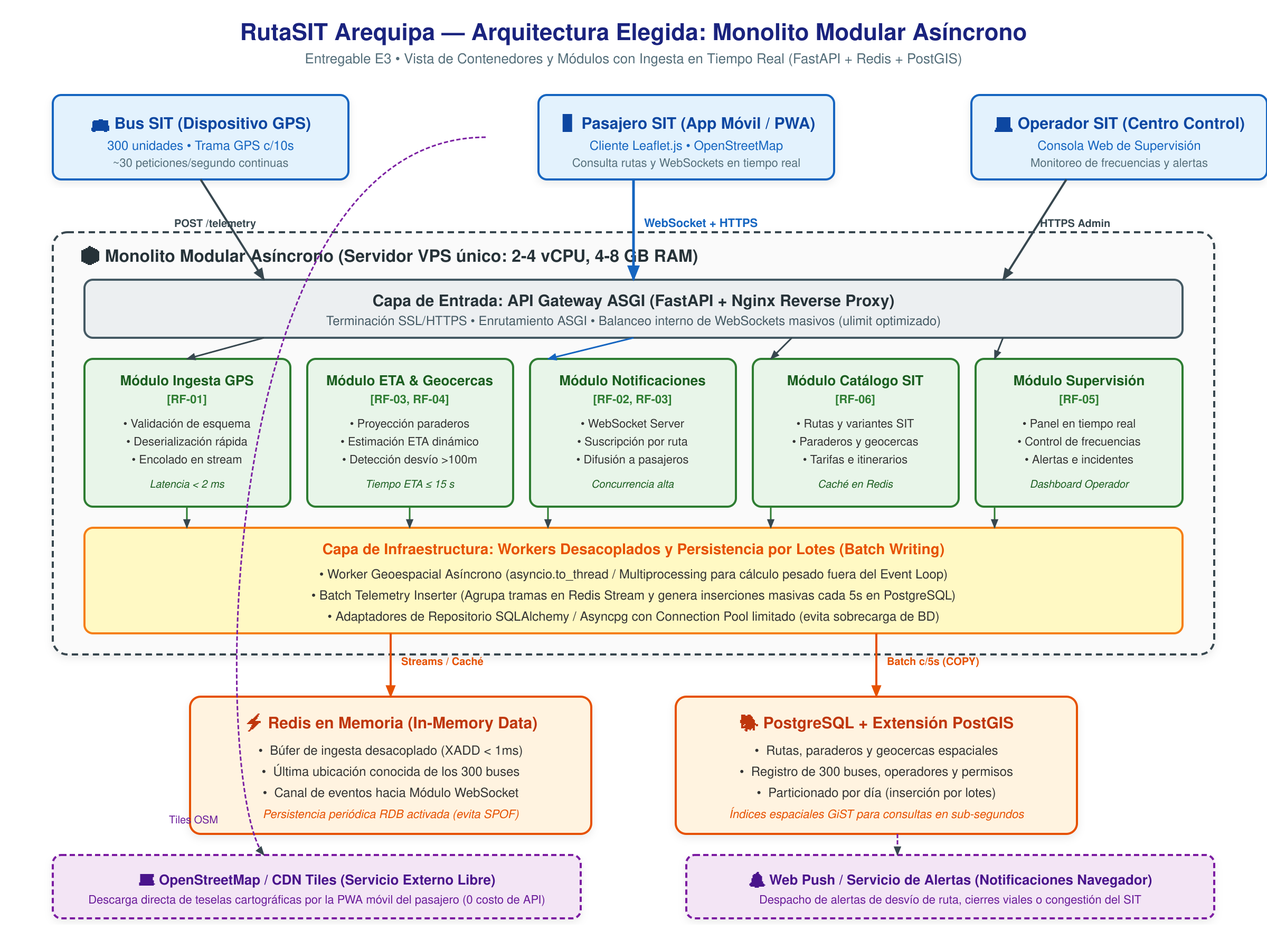
Earlier version of the Mermaid export docs/architecture/diagramas/img/arquitectura.png (AndersonLinoArceValencia/cs-2026b-lab04-grupo06). Its source is kept beside it as docs/architecture/diagramas/arquitectura.mmd. Its diagram source:
```mermaid
flowchart TB
    BUS["🚌 Bus SIT (Dispositivo GPS Embarcado)<br/><i>300 unidades • 1 trama c/10s</i>"]
    PAS["📱 Pasajero SIT<br/><i>App Móvil PWA (Leaflet)</i>"]
    OPE["💻 Operador del SIT<br/><i>Centro de Control y Monitoreo</i>"]

    subgraph APP["RutaSIT Arequipa — Monolito Modular Asíncrono (Un solo despliegue en VPS)"]
        API["Capa de Entrada: API Gateway ASGI (FastAPI + Nginx Proxy)<br/><i>Terminación HTTPS, enrutamiento y WebSockets masivos</i>"]

        subgraph MODULOS["Módulos de Dominio (Fronteras y contratos explícitos)"]
            M1["Módulo de Ingesta GPS<br/><b>[RF-01]</b> <i>Validación ultrarrápida y buffer</i>"]
            M2["Módulo de ETA y Geocercas<br/><b>[RF-03, RF-04]</b> <i>Cálculo espacial y desvíos</i>"]
            M3["Módulo de Notificaciones y Tiempo Real<br/><b>[RF-02, RF-03]</b> <i>Broker WebSockets</i>"]
            M4["Módulo de Catálogo SIT<br/><b>[RF-06]</b> <i>Rutas, paraderos y tarifas</i>"]
            M5["Módulo de Supervisión de Flota<br/><b>[RF-05]</b> <i>Indicadores, frecuencias y panel</i>"]
        end

        INF["Capa de Infraestructura y Tareas en Segundo Plano<br/><i>Workers desacoplados, persistencia por lotes y adaptadores</i>"]
    end

    REDIS[("⚡ Redis en Memoria<br/><i>Redis Streams (buffer) + Caché estado buses + Pub/Sub</i>")]
    DB[("🐘 PostgreSQL + PostGIS<br/><i>Esquemas: catálogo espacial, flota e histórico batch</i>")]

    OSM["🗺️ Servidor OpenStreetMap / CDN Tiles<br/><i>(Cartografía abierta libre de costos comerciales)</i>"]
    PUSH["🔔 Servicio Web Push / Alertas<br/><i>(Notificaciones de desvío y congestión)</i>"]

    BUS -->|"HTTP POST / Telemetría GPS (~30 req/s)"| API
    PAS -->|"HTTPS / Consulta de catálogo y rutas"| API
    PAS <-->|"WebSocket / Flujo continuo de buses y ETA (≤15s)"| API
    OPE -->|"HTTPS / Dashboard de supervisión y gestión"| API

    API --> M1
    API --> M4
    API --> M5
    API <--> M3

    M1 -->|"XADD trama instantánea (<1ms)"| REDIS
    INF -->|"Lee stream de telemetría"| REDIS
    INF -->|"Ejecuta cómputo geométrico (async worker)"| M2
    M2 -->|"Actualiza último estado y ETA"| REDIS
    REDIS -->|"Evento Pub/Sub difusión"| M3
    INF -->|"Escritura en lote consolidada c/5s"| DB
    M4 & M5 --> INF
    INF --> DB
    INF -.->|"Despacho de alertas masivas"| PUSH

    PAS -.->|"Descarga capas y teselas de mapa"| OSM

    classDef usr fill:#E3F2FD,stroke:#1565C0,stroke-width:2px,color:#0D47A1
    classDef api fill:#ECEFF1,stroke:#37474F,stroke-width:2px,color:#263238
    classDef mod fill:#E8F5E9,stroke:#2E7D32,stroke-width:2px,color:#1B5E20
    classDef inf fill:#FFF9C4,stroke:#F57F17,stroke-width:2px,color:#E65100
    classDef store fill:#FFF3E0,stroke:#E65100,stroke-width:2px,color:#BF360C
    classDef ext fill:#F3E5F5,stroke:#7B1FA2,stroke-width:2px,stroke-dasharray: 4 3,color:#4A148C

    class BUS,PAS,OPE usr
    class API api
    class M1,M2,M3,M4,M5 mod
    class INF inf
    class REDIS,DB store
    class OSM,PUSH ext
```
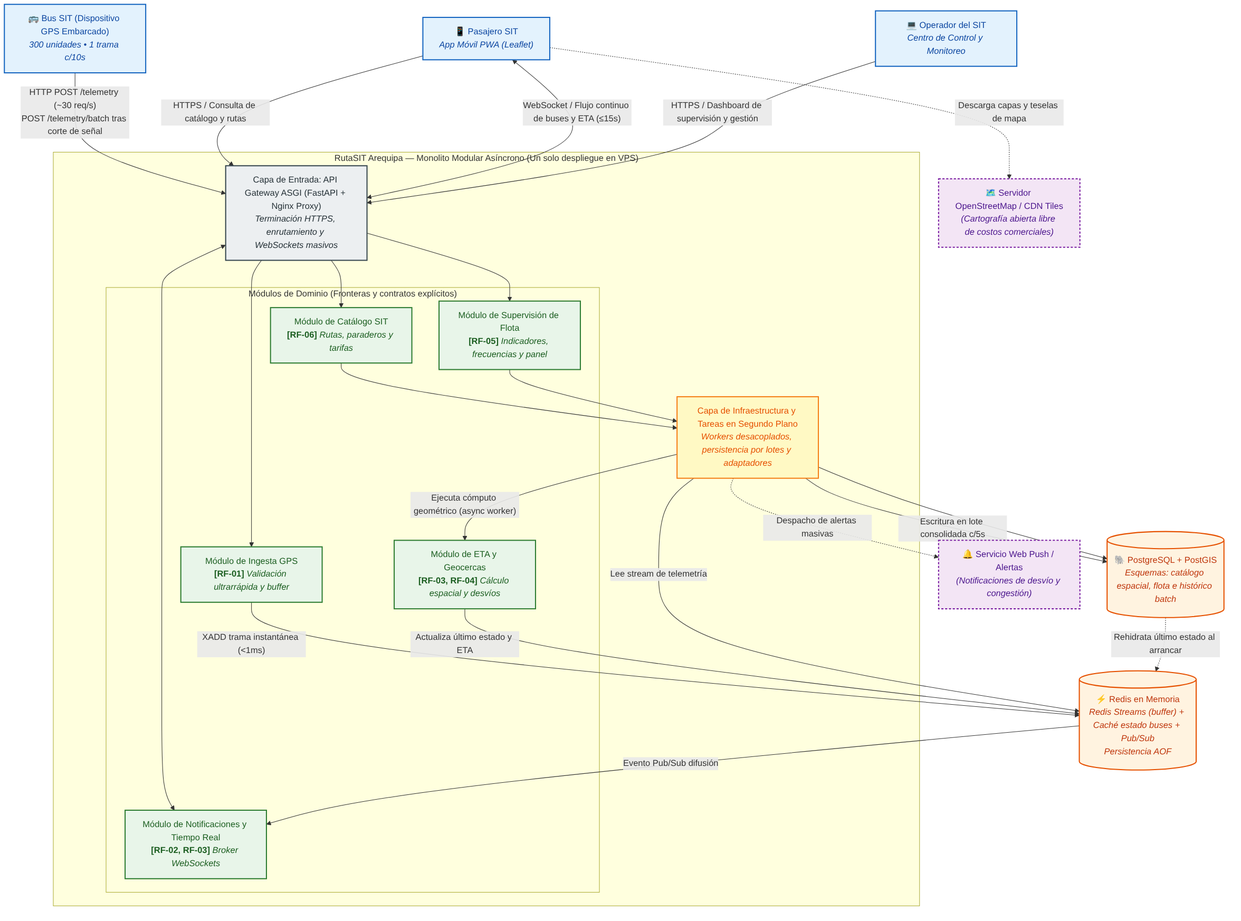
Later version of the same file.

Diff of the diagram source:
```diff
@@ -17,13 +17,13 @@
         INF["Capa de Infraestructura y Tareas en Segundo Plano<br/><i>Workers desacoplados, persistencia por lotes y adaptadores</i>"]
     end
 
-    REDIS[("⚡ Redis en Memoria<br/><i>Redis Streams (buffer) + Caché estado buses + Pub/Sub</i>")]
+    REDIS[("⚡ Redis en Memoria<br/><i>Redis Streams (buffer) + Caché estado buses + Pub/Sub<br/>Persistencia AOF</i>")]
     DB[("🐘 PostgreSQL + PostGIS<br/><i>Esquemas: catálogo espacial, flota e histórico batch</i>")]
 
     OSM["🗺️ Servidor OpenStreetMap / CDN Tiles<br/><i>(Cartografía abierta libre de costos comerciales)</i>"]
     PUSH["🔔 Servicio Web Push / Alertas<br/><i>(Notificaciones de desvío y congestión)</i>"]
 
-    BUS -->|"HTTP POST / Telemetría GPS (~30 req/s)"| API
+    BUS -->|"HTTP POST /telemetry (~30 req/s)<br/>POST /telemetry/batch tras corte de señal"| API
     PAS -->|"HTTPS / Consulta de catálogo y rutas"| API
     PAS <-->|"WebSocket / Flujo continuo de buses y ETA (≤15s)"| API
     OPE -->|"HTTPS / Dashboard de supervisión y gestión"| API
@@ -41,6 +41,7 @@
     INF -->|"Escritura en lote consolidada c/5s"| DB
     M4 & M5 --> INF
     INF --> DB
+    DB -.->|"Rehidrata último estado al arrancar"| REDIS
     INF -.->|"Despacho de alertas masivas"| PUSH
 
     PAS -.->|"Descarga capas y teselas de mapa"| OSM
```
